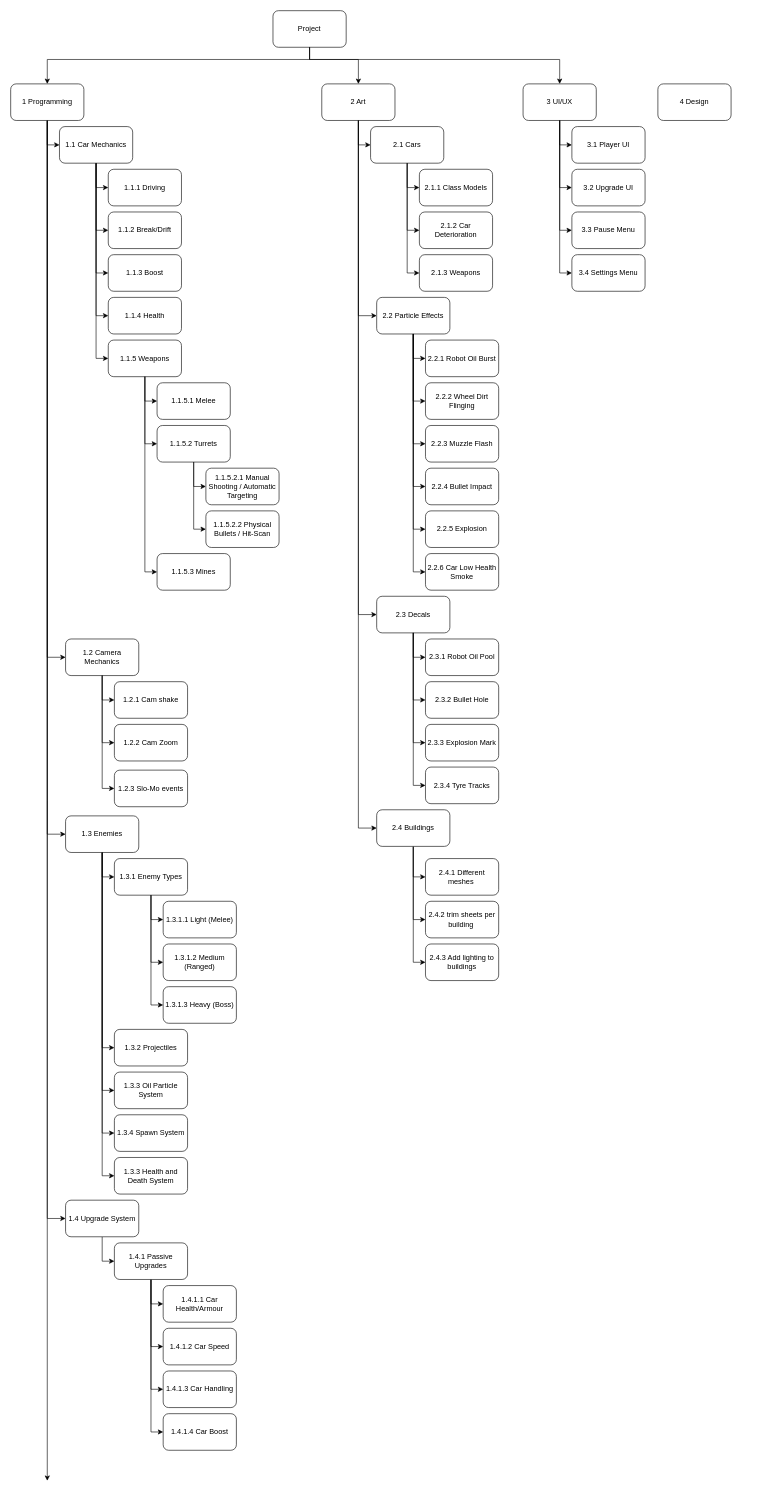
Above: carprojWBS.drawio in Nat0T98/CarSurvivors (draw.io), before the change. Source tidied: cells renumbered, new cells numbered last; positions are measured from the earlier drawing's top-left corner, leaving out a move shared by most shapes. Both pictures are drawn from the tidied source at 61%, with x=0, y=0 at pixel (10, 10).
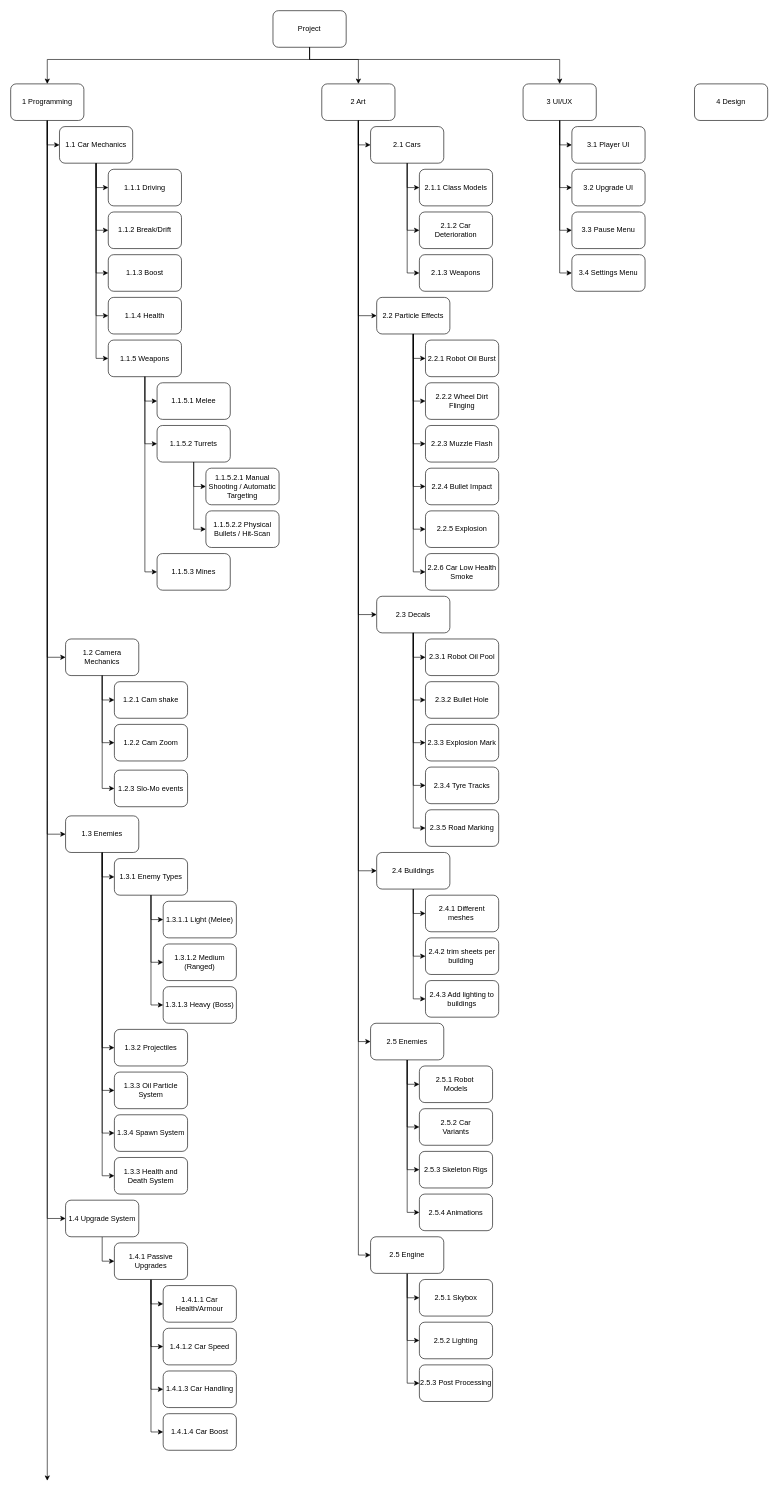
The same page after the edit.

The change refers to these unchanged cells:
```xml
<mxCell id="7" value="2 Art" style="rounded=1;whiteSpace=wrap;html=1;" parent="1" vertex="1">
  <mxGeometry x="510" y="120" width="120" height="60" as="geometry" />
</mxCell>
<mxCell id="58" value="2.3 Decals" style="rounded=1;whiteSpace=wrap;html=1;" parent="1" vertex="1">
  <mxGeometry x="600" y="960" width="120" height="60" as="geometry" />
</mxCell>
```

Change to the diagram source:
```diff
@@
+    <mxCell id="120" style="edgeStyle=orthogonalEdgeStyle;rounded=0;jettySize=auto;html=1;entryX=0;entryY=0.5;entryDx=0;entryDy=0;" parent="1" edge="1" source="7" target="127">
+      <mxGeometry relative="1" as="geometry" />
+    </mxCell>
+    <mxCell id="121" style="edgeStyle=orthogonalEdgeStyle;rounded=0;jettySize=auto;html=1;entryX=0;entryY=0.5;entryDx=0;entryDy=0;" parent="1" edge="1" source="7" target="136">
+      <mxGeometry relative="1" as="geometry" />
+    </mxCell>
@@
     <mxCell id="9" value="4 Design" style="rounded=1;whiteSpace=wrap;html=1;" parent="1" vertex="1">
-      <mxGeometry x="1061" y="120" width="120" height="60" as="geometry" />
+      <mxGeometry x="1121" y="120" width="120" height="60" as="geometry" />
     </mxCell>
@@
+    <mxCell id="122" style="edgeStyle=orthogonalEdgeStyle;rounded=0;jettySize=auto;html=1;entryX=0;entryY=0.5;entryDx=0;entryDy=0;" parent="1" edge="1" source="58" target="132">
+      <mxGeometry relative="1" as="geometry" />
+    </mxCell>
@@
     <mxCell id="70" value="2.4 Buildings" style="rounded=1;whiteSpace=wrap;html=1;" parent="1" vertex="1">
-      <mxGeometry x="600" y="1310" width="120" height="60" as="geometry" />
+      <mxGeometry x="600" y="1380" width="120" height="60" as="geometry" />
     </mxCell>
     <mxCell id="71" value="2.4.1 Different meshes&amp;nbsp;" style="rounded=1;whiteSpace=wrap;html=1;" parent="1" vertex="1">
-      <mxGeometry x="680" y="1390" width="120" height="60" as="geometry" />
+      <mxGeometry x="680" y="1450" width="120" height="60" as="geometry" />
     </mxCell>
     <mxCell id="72" value="2.4.2 trim sheets per building&amp;nbsp;" style="rounded=1;whiteSpace=wrap;html=1;" parent="1" vertex="1">
-      <mxGeometry x="680" y="1460" width="120" height="60" as="geometry" />
+      <mxGeometry x="680" y="1520" width="120" height="60" as="geometry" />
     </mxCell>
     <mxCell id="73" value="2.4.3 Add lighting to buildings" style="rounded=1;whiteSpace=wrap;html=1;" parent="1" vertex="1">
-      <mxGeometry x="680" y="1530" width="120" height="60" as="geometry" />
+      <mxGeometry x="680" y="1590" width="120" height="60" as="geometry" />
     </mxCell>
@@
+    <mxCell id="123" style="edgeStyle=orthogonalEdgeStyle;rounded=0;jettySize=auto;html=1;entryX=0;entryY=0.5;entryDx=0;entryDy=0;" parent="1" edge="1" source="127" target="128">
+      <mxGeometry relative="1" as="geometry" />
+    </mxCell>
+    <mxCell id="124" style="edgeStyle=orthogonalEdgeStyle;rounded=0;jettySize=auto;html=1;entryX=0;entryY=0.5;entryDx=0;entryDy=0;" parent="1" edge="1" source="127" target="129">
+      <mxGeometry relative="1" as="geometry" />
+    </mxCell>
+    <mxCell id="125" style="edgeStyle=orthogonalEdgeStyle;rounded=0;jettySize=auto;html=1;entryX=0;entryY=0.5;entryDx=0;entryDy=0;" parent="1" edge="1" source="127" target="130">
+      <mxGeometry relative="1" as="geometry" />
+    </mxCell>
+    <mxCell id="126" style="edgeStyle=orthogonalEdgeStyle;rounded=0;jettySize=auto;html=1;entryX=0;entryY=0.5;entryDx=0;entryDy=0;" parent="1" edge="1" source="127" target="131">
+      <mxGeometry relative="1" as="geometry" />
+    </mxCell>
+    <mxCell id="127" value="2.5 Enemies" style="rounded=1;whiteSpace=wrap;html=1;" parent="1" vertex="1">
+      <mxGeometry x="590" y="1660" width="120" height="60" as="geometry" />
+    </mxCell>
+    <mxCell id="128" value="2.5.1 Robot&amp;nbsp;&lt;div&gt;Models&lt;/div&gt;" style="rounded=1;whiteSpace=wrap;html=1;" parent="1" vertex="1">
+      <mxGeometry x="670" y="1730" width="120" height="60" as="geometry" />
+    </mxCell>
+    <mxCell id="129" value="2.5.3 Skeleton Rigs" style="rounded=1;whiteSpace=wrap;html=1;" parent="1" vertex="1">
+      <mxGeometry x="670" y="1870" width="120" height="60" as="geometry" />
+    </mxCell>
+    <mxCell id="130" value="2.5.4 Animations" style="rounded=1;whiteSpace=wrap;html=1;" parent="1" vertex="1">
+      <mxGeometry x="670" y="1940" width="120" height="60" as="geometry" />
+    </mxCell>
+    <mxCell id="131" value="2.5.2 Car&lt;div&gt;Variants&lt;/div&gt;" style="rounded=1;whiteSpace=wrap;html=1;" parent="1" vertex="1">
+      <mxGeometry x="670" y="1800" width="120" height="60" as="geometry" />
+    </mxCell>
+    <mxCell id="132" value="2.3.5 Road Marking" style="rounded=1;whiteSpace=wrap;html=1;" parent="1" vertex="1">
+      <mxGeometry x="680" y="1310" width="120" height="60" as="geometry" />
+    </mxCell>
+    <mxCell id="133" style="edgeStyle=orthogonalEdgeStyle;rounded=0;jettySize=auto;html=1;entryX=0;entryY=0.5;entryDx=0;entryDy=0;" parent="1" edge="1" source="136" target="137">
+      <mxGeometry relative="1" as="geometry" />
+    </mxCell>
+    <mxCell id="134" style="edgeStyle=orthogonalEdgeStyle;rounded=0;jettySize=auto;html=1;entryX=0;entryY=0.5;entryDx=0;entryDy=0;" parent="1" edge="1" source="136" target="138">
+      <mxGeometry relative="1" as="geometry" />
+    </mxCell>
+    <mxCell id="135" style="edgeStyle=orthogonalEdgeStyle;rounded=0;jettySize=auto;html=1;entryX=0;entryY=0.5;entryDx=0;entryDy=0;" parent="1" edge="1" source="136" target="139">
+      <mxGeometry relative="1" as="geometry" />
+    </mxCell>
+    <mxCell id="136" value="2.5 Engine" style="rounded=1;whiteSpace=wrap;html=1;" parent="1" vertex="1">
+      <mxGeometry x="590" y="2010" width="120" height="60" as="geometry" />
+    </mxCell>
+    <mxCell id="137" value="2.5.1 Skybox" style="rounded=1;whiteSpace=wrap;html=1;" parent="1" vertex="1">
+      <mxGeometry x="670" y="2080" width="120" height="60" as="geometry" />
+    </mxCell>
+    <mxCell id="138" value="2.5.2 Lighting" style="rounded=1;whiteSpace=wrap;html=1;" parent="1" vertex="1">
+      <mxGeometry x="670" y="2150" width="120" height="60" as="geometry" />
+    </mxCell>
+    <mxCell id="139" value="2.5.3 Post Processing" style="rounded=1;whiteSpace=wrap;html=1;" parent="1" vertex="1">
+      <mxGeometry x="670" y="2220" width="120" height="60" as="geometry" />
+    </mxCell>
```
